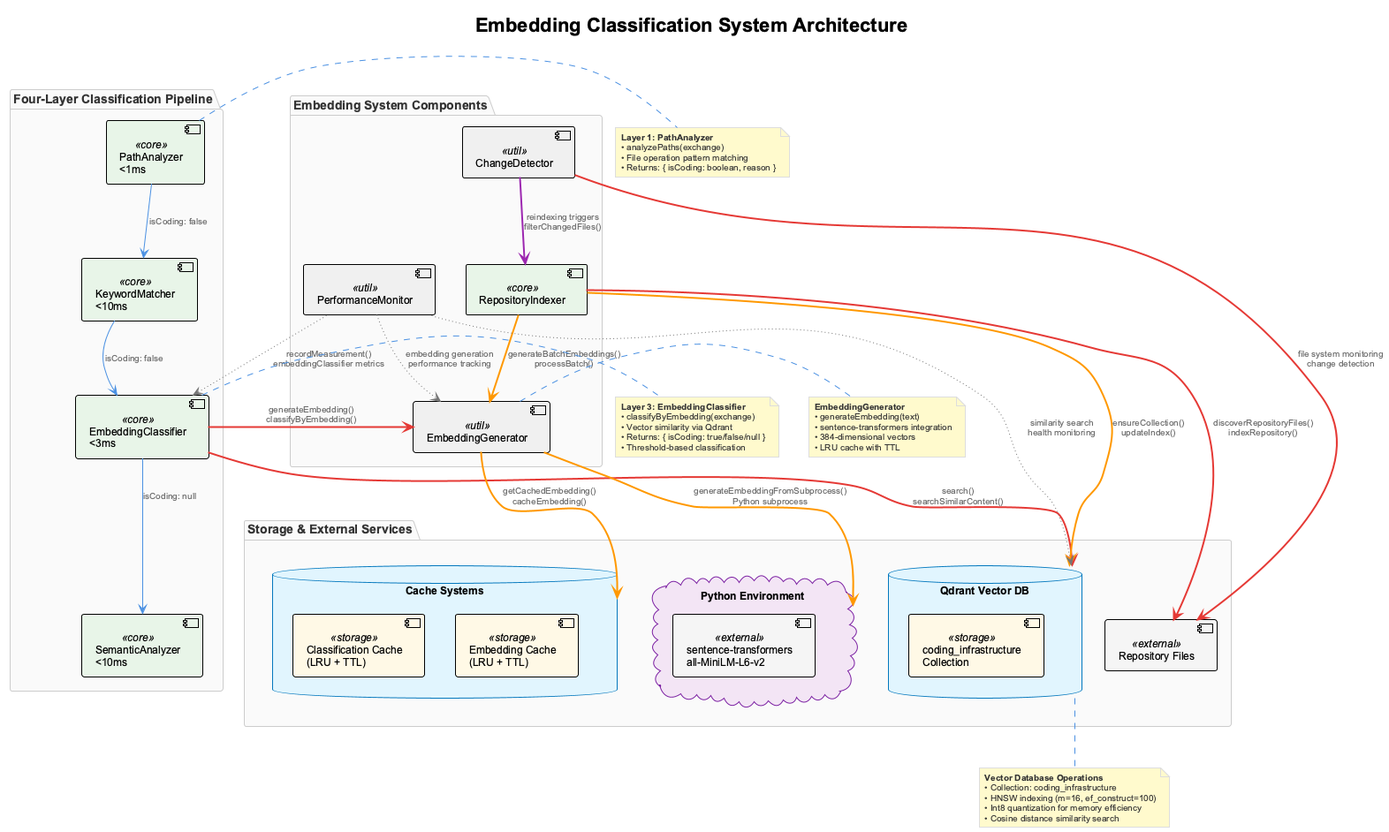
Before: docs/images/embedding-classification-architecture.png, a diagram exported from PlantUML (fwornle/coding). The source it was exported from:
```plantuml
@startuml embedding-classification-architecture
!include _standard-style.puml

title Embedding Classification System Architecture

package "Four-Layer Classification Pipeline" {
  component [PathAnalyzer\n<1ms] as path <<core>>
  component [KeywordMatcher\n<10ms] as keyword <<core>>
  component [EmbeddingClassifier\n<3ms] as embedding <<core>>
  component [SemanticAnalyzer\n<10ms] as semantic <<core>>

  path -down-> keyword : "isCoding: false"
  keyword -down-> embedding : "isCoding: false"
  embedding -down-> semantic : "isCoding: null"
}

package "Embedding System Components" {
  component [EmbeddingGenerator] as generator <<util>>
  component [RepositoryIndexer] as indexer <<core>>
  component [ChangeDetector] as detector <<util>>
  component [PerformanceMonitor] as monitor <<util>>
}

package "Storage & External Services" {
  database "Qdrant Vector DB" as qdrant {
    component [coding_infrastructure\nCollection] <<storage>>
  }

  database "Cache Systems" as cache {
    component [Classification Cache\n(LRU + TTL)] <<storage>>
    component [Embedding Cache\n(LRU + TTL)] <<storage>>
  }

  cloud "Python Environment" as python_env {
    component [sentence-transformers\nall-MiniLM-L6-v2] <<external>>
  }

  component [Repository Files] as fs <<external>>
}

embedding SYNC_LINE generator : "generateEmbedding()\nclassifyByEmbedding()"
embedding SYNC_LINE qdrant : "search()\nsearchSimilarContent()"
generator DATA_LINE python_env : "generateEmbeddingFromSubprocess()\nPython subprocess"
generator DATA_LINE cache : "getCachedEmbedding()\ncacheEmbedding()"

indexer DATA_LINE generator : "generateBatchEmbeddings()\nprocessBatch()"
indexer DATA_LINE qdrant : "ensureCollection()\nupdateIndex()"
indexer SYNC_LINE fs : "discoverRepositoryFiles()\nindexRepository()"

detector SYNC_LINE fs : "file system monitoring\nchange detection"
detector CONTROL_LINE indexer : "reindexing triggers\nfilterChangedFiles()"

monitor OPTIONAL_LINE embedding : "recordMeasurement()\nembeddingClassifier metrics"
monitor OPTIONAL_LINE generator : "embedding generation\nperformance tracking"
monitor OPTIONAL_LINE qdrant : "similarity search\nhealth monitoring"

note right of path
  **Layer 1: PathAnalyzer**
  • analyzePaths(exchange)
  • File operation pattern matching
  • Returns: { isCoding: boolean, reason }
end note

note right of embedding
  **Layer 3: EmbeddingClassifier**
  • classifyByEmbedding(exchange)
  • Vector similarity via Qdrant
  • Returns: { isCoding: true/false/null }
  • Threshold-based classification
end note

note right of generator
  **EmbeddingGenerator**
  • generateEmbedding(text)
  • sentence-transformers integration
  • 384-dimensional vectors
  • LRU cache with TTL
end note

note bottom of qdrant
  **Vector Database Operations**
  • Collection: coding_infrastructure
  • HNSW indexing (m=16, ef_construct=100)
  • Int8 quantization for memory efficiency
  • Cosine distance similarity search
end note

@enduml
```
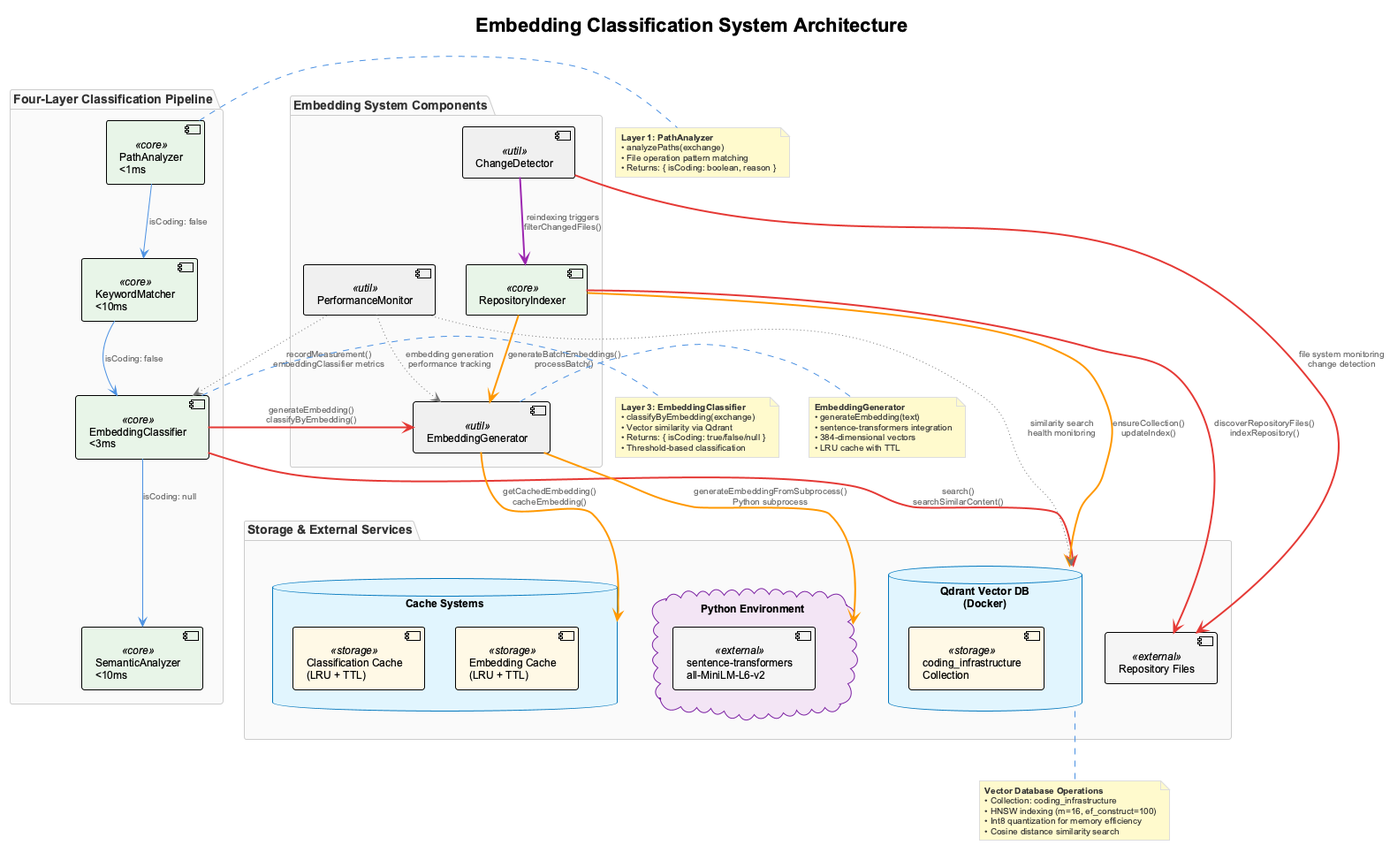
After the commit.

The edit, as a diff of the source:
```diff
@@ -22,7 +22,7 @@
 }
 
 package "Storage & External Services" {
-  database "Qdrant Vector DB" as qdrant {
+  database "Qdrant Vector DB\n(Docker)" as qdrant {
     component [coding_infrastructure\nCollection] <<storage>>
   }
 
```
